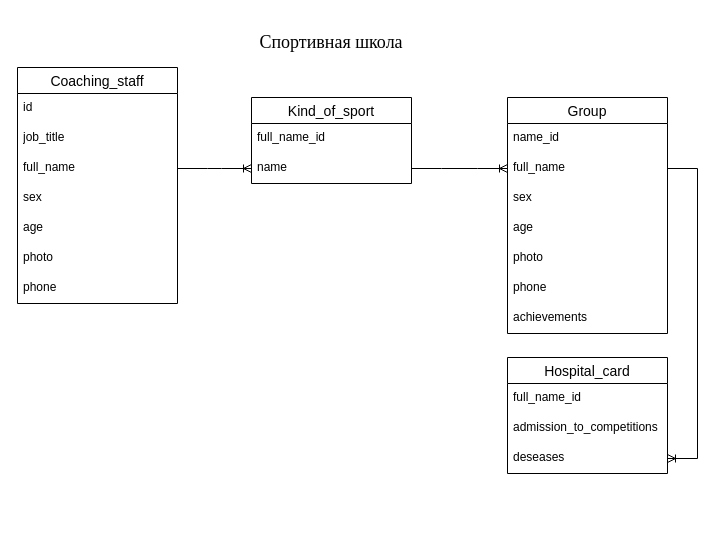
Above: Диаграмма БД/Диаграмма БД.drawio in Alexeycreator/Sports_School (draw.io), before the change. Source tidied: cells renumbered, new cells numbered last; positions are measured from the earlier drawing's top-left corner, leaving out a move shared by most shapes. Both pictures are drawn from the tidied source at 100%, with x=0, y=0 at pixel (17, 17).
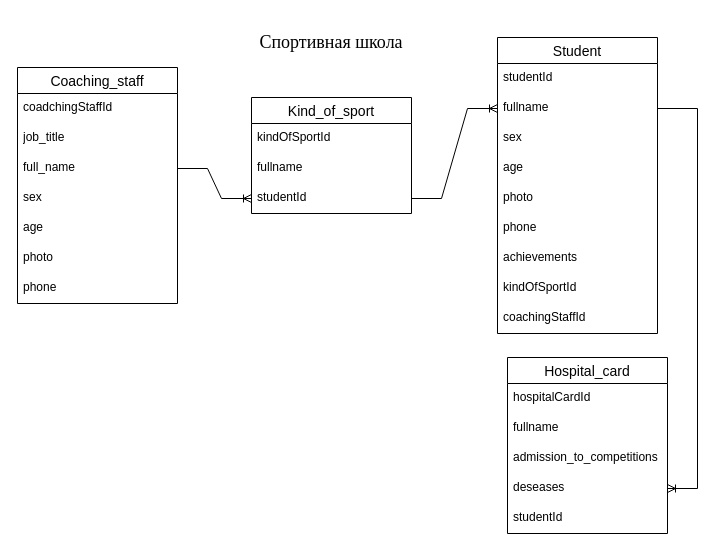
After the change.

The change refers to these unchanged cells:
```xml
<mxCell id="3" value="Coaching_staff" style="swimlane;fontStyle=0;horizontal=1;startSize=26;align=center;fontSize=14;" parent="1" vertex="1">
  <mxGeometry y="50" width="160" height="236" as="geometry" />
</mxCell>
```

Diff of the diagram source:
```diff
@@
-    <mxCell id="4" value="id" style="text;strokeColor=none;fillColor=none;spacingLeft=4;spacingRight=4;overflow=hidden;fontSize=12;whiteSpace=wrap;html=1;" parent="3" vertex="1">
+    <mxCell id="4" value="coadchingStaffId" style="text;strokeColor=none;fillColor=none;spacingLeft=4;spacingRight=4;overflow=hidden;fontSize=12;whiteSpace=wrap;html=1;" parent="3" vertex="1">
       <mxGeometry y="26" width="160" height="30" as="geometry" />
     </mxCell>
@@
     <mxCell id="11" value="Kind_of_sport" style="swimlane;fontStyle=0;horizontal=1;startSize=26;align=center;fontSize=14;" parent="1" vertex="1">
-      <mxGeometry x="234" y="80" width="160" height="86" as="geometry" />
+      <mxGeometry x="234" y="80" width="160" height="116" as="geometry" />
     </mxCell>
-    <mxCell id="12" value="full_name_id" style="text;strokeColor=none;fillColor=none;spacingLeft=4;spacingRight=4;overflow=hidden;fontSize=12;whiteSpace=wrap;html=1;" parent="11" vertex="1">
+    <mxCell id="12" value="kindOfSportId" style="text;strokeColor=none;fillColor=none;spacingLeft=4;spacingRight=4;overflow=hidden;fontSize=12;whiteSpace=wrap;html=1;" parent="11" vertex="1">
       <mxGeometry y="26" width="160" height="30" as="geometry" />
     </mxCell>
+    <mxCell id="29" value="fullname" style="text;strokeColor=none;fillColor=none;spacingLeft=4;spacingRight=4;overflow=hidden;fontSize=12;whiteSpace=wrap;html=1;" parent="11" vertex="1">
+      <mxGeometry y="56" width="160" height="30" as="geometry" />
+    </mxCell>
-    <mxCell id="13" value="name" style="text;strokeColor=none;fillColor=none;spacingLeft=4;spacingRight=4;overflow=hidden;points=[[0,0.5],[1,0.5]];portConstraint=eastwest;fontSize=12;whiteSpace=wrap;html=1;" parent="11" vertex="1">
-      <mxGeometry y="56" width="160" height="30" as="geometry" />
+    <mxCell id="13" value="studentId" style="text;strokeColor=none;fillColor=none;spacingLeft=4;spacingRight=4;overflow=hidden;points=[[0,0.5],[1,0.5]];portConstraint=eastwest;fontSize=12;whiteSpace=wrap;html=1;" parent="11" vertex="1">
+      <mxGeometry y="86" width="160" height="30" as="geometry" />
     </mxCell>
-    <mxCell id="14" value="Group" style="swimlane;fontStyle=0;horizontal=1;startSize=26;align=center;fontSize=14;" parent="1" vertex="1">
-      <mxGeometry x="490" y="80" width="160" height="236" as="geometry" />
+    <mxCell id="14" value="Student" style="swimlane;fontStyle=0;horizontal=1;startSize=26;align=center;fontSize=14;" parent="1" vertex="1">
+      <mxGeometry x="480" y="20" width="160" height="296" as="geometry" />
     </mxCell>
-    <mxCell id="15" value="name_id" style="text;strokeColor=none;fillColor=none;spacingLeft=4;spacingRight=4;overflow=hidden;fontSize=12;whiteSpace=wrap;html=1;" parent="14" vertex="1">
+    <mxCell id="15" value="studentId" style="text;strokeColor=none;fillColor=none;spacingLeft=4;spacingRight=4;overflow=hidden;fontSize=12;whiteSpace=wrap;html=1;" parent="14" vertex="1">
       <mxGeometry y="26" width="160" height="30" as="geometry" />
     </mxCell>
-    <mxCell id="16" value="full_name" style="text;strokeColor=none;fillColor=none;spacingLeft=4;spacingRight=4;overflow=hidden;points=[[0,0.5],[1,0.5]];portConstraint=eastwest;fontSize=12;whiteSpace=wrap;html=1;" parent="14" vertex="1">
+    <mxCell id="16" value="fullname" style="text;strokeColor=none;fillColor=none;spacingLeft=4;spacingRight=4;overflow=hidden;points=[[0,0.5],[1,0.5]];portConstraint=eastwest;fontSize=12;whiteSpace=wrap;html=1;" parent="14" vertex="1">
       <mxGeometry y="56" width="160" height="30" as="geometry" />
     </mxCell>
@@
+    <mxCell id="30" value="achievements" style="text;strokeColor=none;fillColor=none;spacingLeft=4;spacingRight=4;overflow=hidden;fontSize=12;whiteSpace=wrap;html=1;" parent="14" vertex="1">
+      <mxGeometry y="206" width="160" height="30" as="geometry" />
+    </mxCell>
+    <mxCell id="31" value="kindOfSportId" style="text;strokeColor=none;fillColor=none;spacingLeft=4;spacingRight=4;overflow=hidden;fontSize=12;whiteSpace=wrap;html=1;" parent="14" vertex="1">
+      <mxGeometry y="236" width="160" height="30" as="geometry" />
+    </mxCell>
-    <mxCell id="21" value="achievements" style="text;strokeColor=none;fillColor=none;spacingLeft=4;spacingRight=4;overflow=hidden;fontSize=12;whiteSpace=wrap;html=1;" parent="14" vertex="1">
-      <mxGeometry y="206" width="160" height="30" as="geometry" />
+    <mxCell id="21" value="coachingStaffId" style="text;strokeColor=none;fillColor=none;spacingLeft=4;spacingRight=4;overflow=hidden;fontSize=12;whiteSpace=wrap;html=1;" parent="14" vertex="1">
+      <mxGeometry y="266" width="160" height="30" as="geometry" />
     </mxCell>
     <mxCell id="22" value="Hospital_card" style="swimlane;fontStyle=0;horizontal=1;startSize=26;align=center;fontSize=14;" parent="1" vertex="1">
-      <mxGeometry x="490" y="340" width="160" height="116" as="geometry" />
+      <mxGeometry x="490" y="340" width="160" height="176" as="geometry" />
     </mxCell>
-    <mxCell id="23" value="full_name_id" style="text;strokeColor=none;fillColor=none;spacingLeft=4;spacingRight=4;overflow=hidden;fontSize=12;whiteSpace=wrap;html=1;" parent="22" vertex="1">
+    <mxCell id="23" value="hospitalCardId" style="text;strokeColor=none;fillColor=none;spacingLeft=4;spacingRight=4;overflow=hidden;fontSize=12;whiteSpace=wrap;html=1;" parent="22" vertex="1">
       <mxGeometry y="26" width="160" height="30" as="geometry" />
     </mxCell>
+    <mxCell id="32" value="fullname" style="text;strokeColor=none;fillColor=none;spacingLeft=4;spacingRight=4;overflow=hidden;fontSize=12;whiteSpace=wrap;html=1;" parent="22" vertex="1">
+      <mxGeometry y="56" width="160" height="30" as="geometry" />
+    </mxCell>
     <mxCell id="24" value="admission_to_competitions" style="text;strokeColor=none;fillColor=none;spacingLeft=4;spacingRight=4;overflow=hidden;fontSize=12;whiteSpace=wrap;html=1;" parent="22" vertex="1">
-      <mxGeometry y="56" width="160" height="30" as="geometry" />
+      <mxGeometry y="86" width="160" height="30" as="geometry" />
     </mxCell>
     <mxCell id="25" value="deseases" style="text;strokeColor=none;fillColor=none;spacingLeft=4;spacingRight=4;overflow=hidden;points=[[0,0.5],[1,0.5]];portConstraint=eastwest;fontSize=12;whiteSpace=wrap;html=1;" parent="22" vertex="1">
-      <mxGeometry y="86" width="160" height="30" as="geometry" />
+      <mxGeometry y="116" width="160" height="30" as="geometry" />
     </mxCell>
+    <mxCell id="33" value="studentId" style="text;strokeColor=none;fillColor=none;spacingLeft=4;spacingRight=4;overflow=hidden;fontSize=12;whiteSpace=wrap;html=1;" parent="22" vertex="1">
+      <mxGeometry y="146" width="160" height="30" as="geometry" />
+    </mxCell>
```
